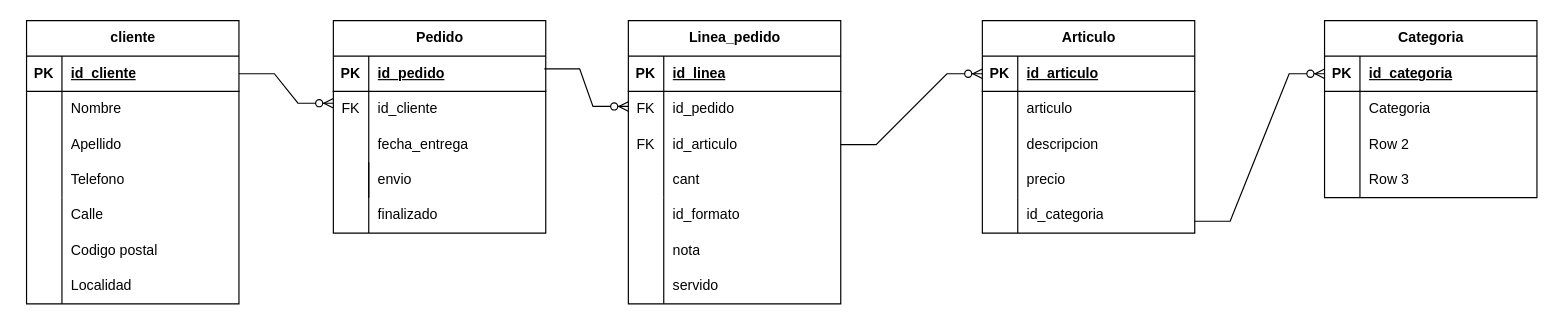
victor-ibanez/OM keeps this draw.io diagram as Untitled Diagram.drawio. Above is the earlier version. Source tidied: cells renumbered, new cells numbered last; positions are measured from the earlier drawing's top-left corner, leaving out a move shared by most shapes. Both pictures are drawn from the tidied source at 118%, with x=0, y=0 at pixel (20, 20).
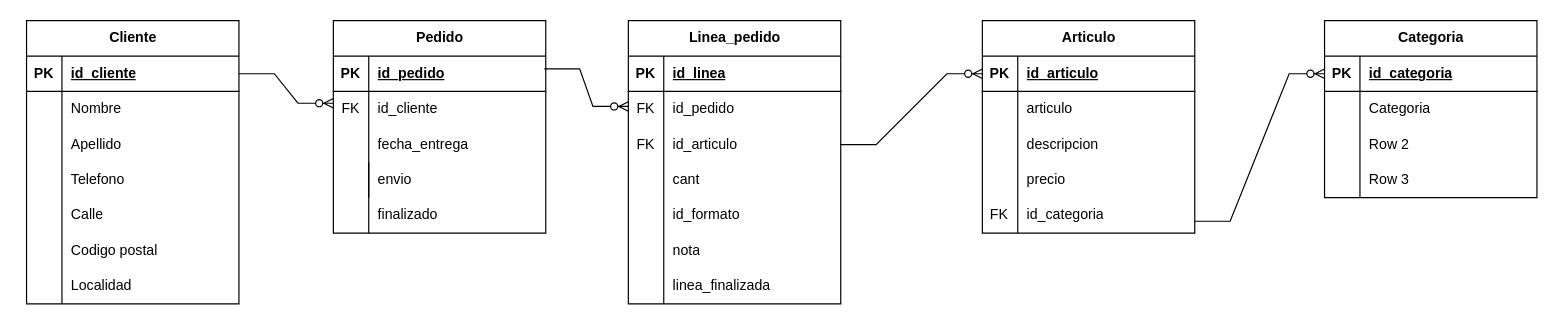
The same page after the edit.

What changed in the source:
```diff
@@
-    <mxCell id="2" value="cliente" style="shape=table;startSize=30;childLayout=tableLayout;rowLines=0;fontStyle=1;align=center;html=1;" parent="1" vertex="1">
+    <mxCell id="2" value="Cliente" style="shape=table;startSize=30;childLayout=tableLayout;rowLines=0;fontStyle=1;align=center;html=1;" parent="1" vertex="1">
       <mxGeometry x="5" width="180" height="240" as="geometry" />
     </mxCell>
@@
-    <mxCell id="53" value="servido" style="shape=partialRectangle;fillColor=none;top=0;left=0;bottom=0;right=0;align=left;spacingLeft=6;overflow=hidden;whiteSpace=wrap;html=1;" parent="1" vertex="1">
+    <mxCell id="53" value="linea_finalizada" style="shape=partialRectangle;fillColor=none;top=0;left=0;bottom=0;right=0;align=left;spacingLeft=6;overflow=hidden;whiteSpace=wrap;html=1;" parent="1" vertex="1">
       <mxGeometry x="545" y="210" width="150" height="30" as="geometry" />
     </mxCell>
@@
+    <mxCell id="89" value="FK" style="text;html=1;align=center;verticalAlign=middle;strokeColor=none;fillColor=none;" parent="1" vertex="1">
+      <mxGeometry x="809" y="150" width="40" height="30" as="geometry" />
+    </mxCell>
```
